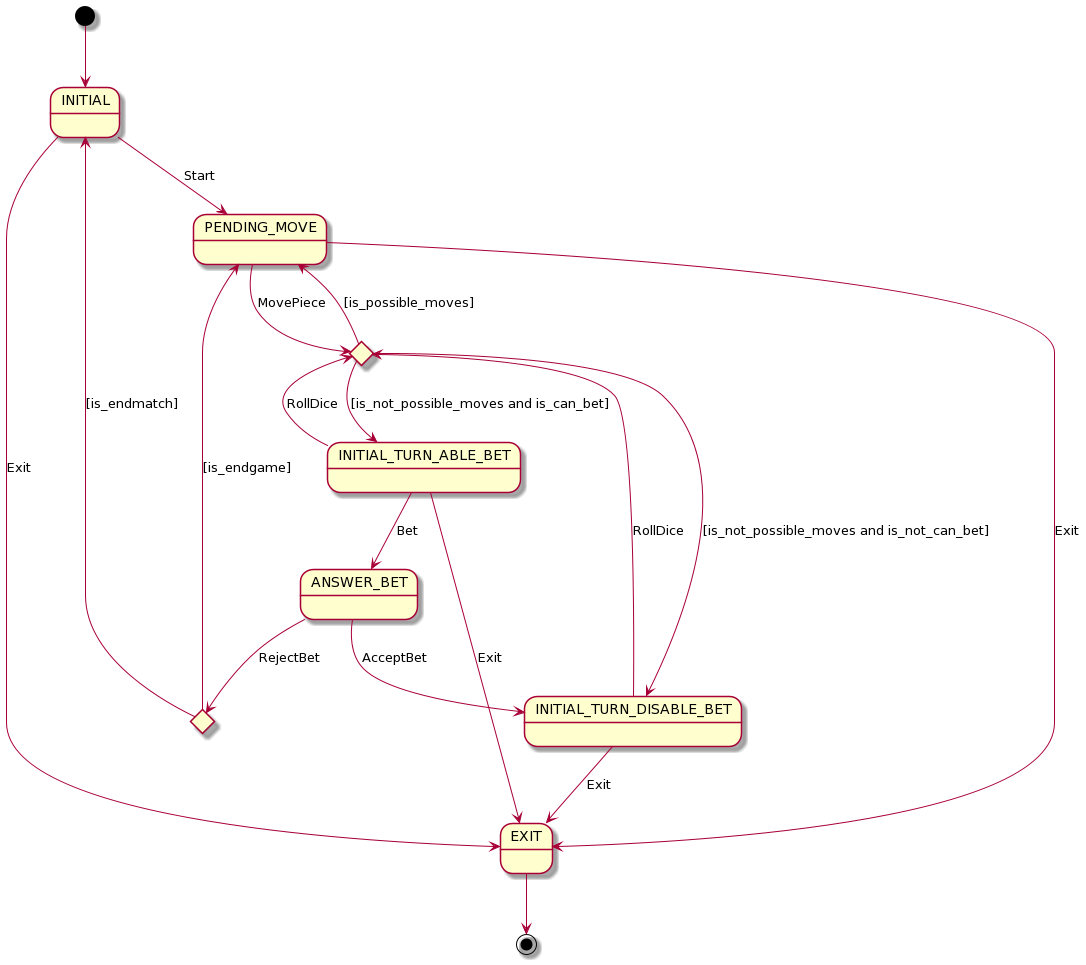
USantaTecla-game-backgammon/backgammon keeps this PlantUML diagram as rup/context/context.png. Above is the earlier version.
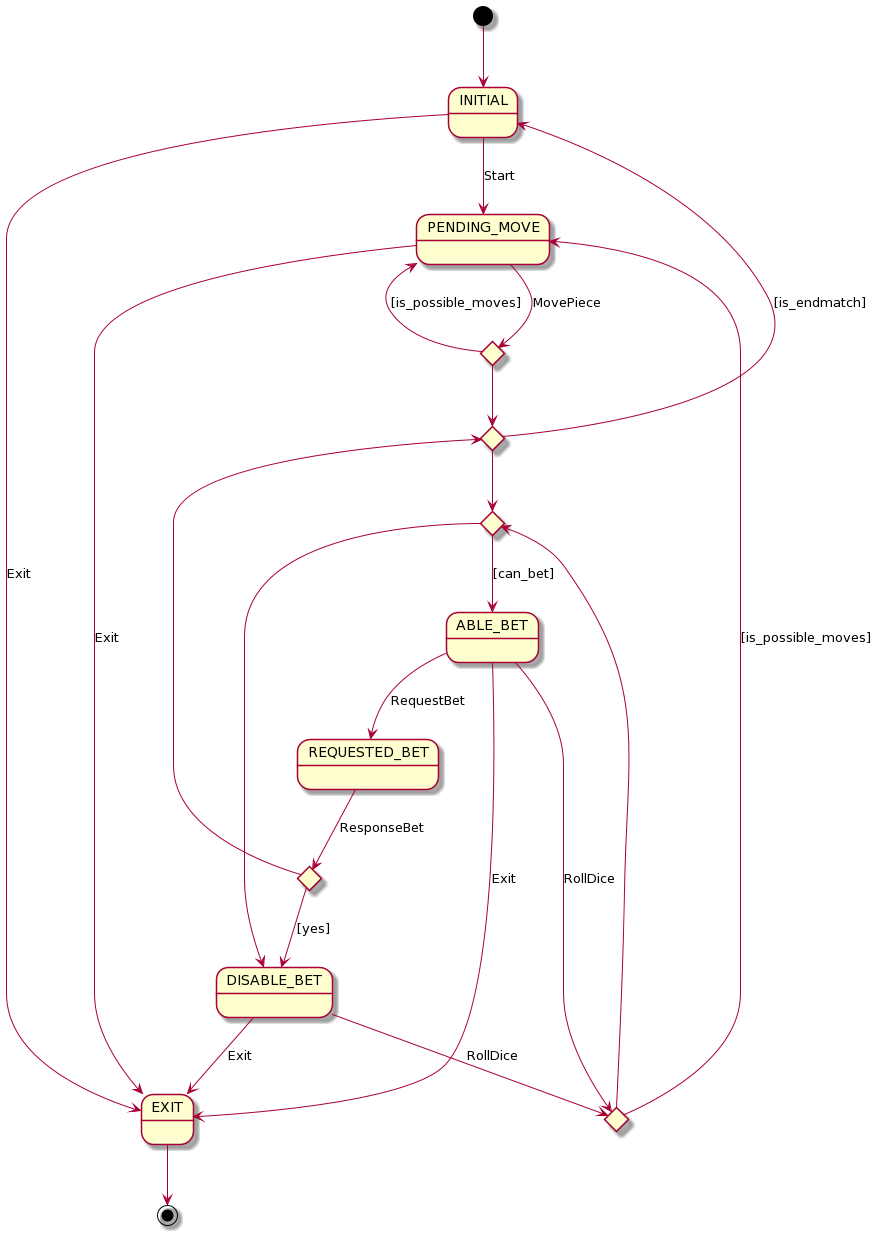
The same diagram one commit later.

Commit message:
Update context and move_piece

The edit, as a diff of the source:
```diff
@@ -1,35 +1,46 @@
 @startuml
 state INITIAL
 state PENDING_MOVE
-state INITIAL_TURN_ABLE_BET
-state ANSWER_BET
-state INITIAL_TURN_DISABLE_BET
+state ABLE_BET
+state DISABLE_BET
+state REQUESTED_BET
 state EXIT
 
-state s2 <<choice>>
-state s3 <<choice>>
+state is_endmatch <<choice>>
+state is_possible_moves <<choice>>
+state can_bet <<choice>>
+state is_possible_moves2 <<choice>>
+state accept_bet <<choice>>
 
-
-[*] --> INITIAL
+[*] -down-> INITIAL
 INITIAL --> PENDING_MOVE: Start
 INITIAL --> EXIT: Exit
 
-PENDING_MOVE --> s2 : MovePiece
-s2 --> INITIAL_TURN_ABLE_BET : [is_not_possible_moves and is_can_bet]
-s2 --> INITIAL_TURN_DISABLE_BET : [is_not_possible_moves and is_not_can_bet]
-s2 --> PENDING_MOVE : [is_possible_moves]
+PENDING_MOVE --> is_possible_moves : MovePiece
+
+is_possible_moves --> PENDING_MOVE : [is_possible_moves]
+is_possible_moves --> is_endmatch
+
+is_endmatch --> INITIAL : [is_endmatch]
+is_endmatch --> can_bet
+
+can_bet --> ABLE_BET : [can_bet]
+can_bet --> DISABLE_BET
+
 PENDING_MOVE --> EXIT : Exit
-INITIAL_TURN_ABLE_BET --> EXIT : Exit
-INITIAL_TURN_DISABLE_BET --> EXIT : Exit
+ABLE_BET --> EXIT : Exit
+DISABLE_BET --> EXIT : Exit
 
-INITIAL_TURN_ABLE_BET --> s2 : RollDice
-INITIAL_TURN_DISABLE_BET --> s2 : RollDice
+ABLE_BET --> is_possible_moves2 : RollDice
+DISABLE_BET --> is_possible_moves2 : RollDice
 
-INITIAL_TURN_ABLE_BET --> ANSWER_BET : Bet
-ANSWER_BET --> INITIAL_TURN_DISABLE_BET : AcceptBet
-ANSWER_BET --> s3 : RejectBet
-s3 --> PENDING_MOVE : [is_endgame]
-s3 --> INITIAL : [is_endmatch]
+is_possible_moves2 --> PENDING_MOVE : [is_possible_moves]
+is_possible_moves2 --> can_bet
+
+ABLE_BET --> REQUESTED_BET : RequestBet
+REQUESTED_BET --> accept_bet : ResponseBet
+accept_bet --> DISABLE_BET : [yes]
+accept_bet --> is_endmatch
 
 EXIT --> [*]
 @enduml
```
